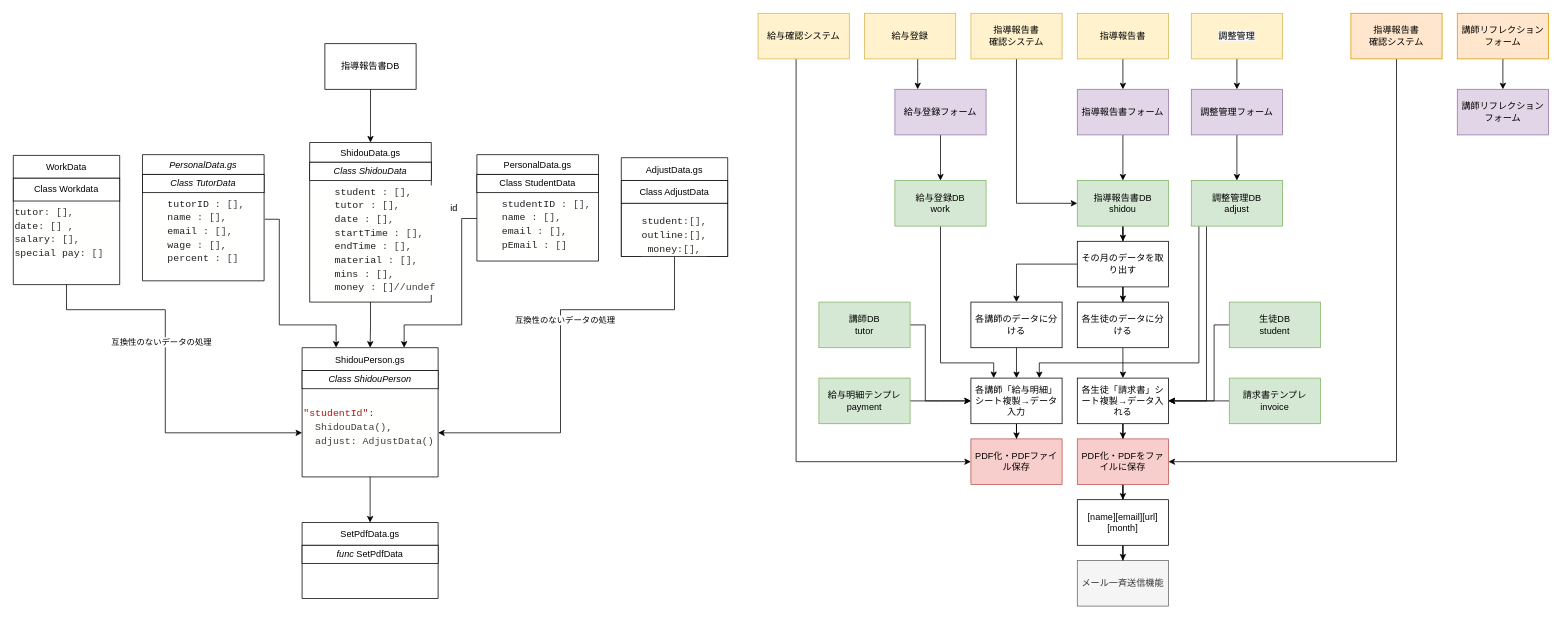
Earlier version of the draw.io diagram System Diagram.drawio (ShutaShibue/viasta). Source tidied: cells renumbered, new cells numbered last; positions are measured from the earlier drawing's top-left corner, leaving out a move shared by most shapes. Both pictures are drawn from the tidied source at 76%, with x=0, y=0 at pixel (13, 13).
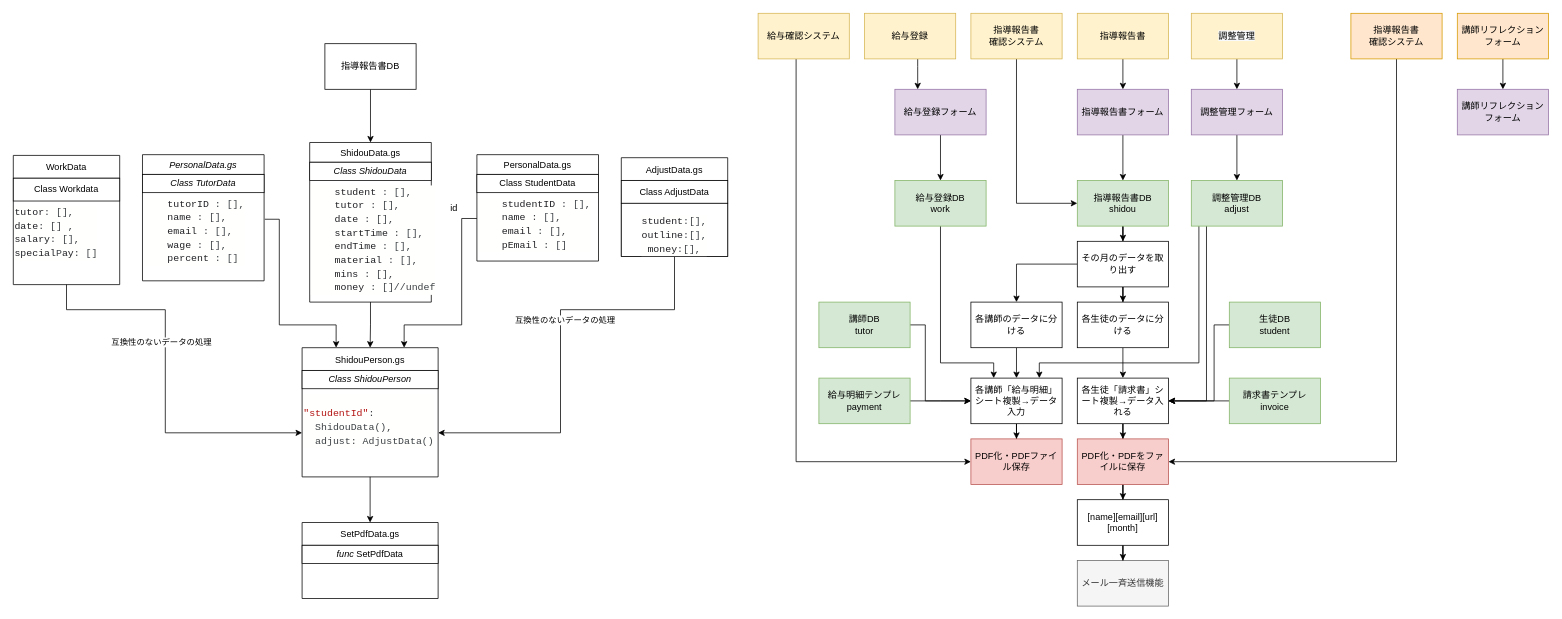
Above is the later version.

Unchanged cells that the change refers to:
```xml
<mxCell id="18" value="WorkData" style="swimlane;fontStyle=0;horizontal=1;startSize=30;" parent="1" vertex="1">
  <mxGeometry y="187" width="140" height="170" as="geometry" />
</mxCell>
```

The edit, as a diff of the source:
```diff
@@
-    <mxCell id="20" value="&lt;div style=&quot;color: rgb(60 , 64 , 67) ; background-color: rgb(255 , 255 , 254) ; font-family: &amp;#34;roboto mono&amp;#34; , &amp;#34;consolas&amp;#34; , &amp;#34;courier new&amp;#34; , monospace ; font-weight: 400 ; font-size: 13px ; line-height: 18px&quot;&gt;&lt;div&gt;&lt;span style=&quot;color: rgb(32 , 33 , 36)&quot;&gt;tutor&lt;/span&gt;:&amp;nbsp;[],&lt;br&gt;&lt;/div&gt;&lt;div&gt;&lt;span style=&quot;color: #202124&quot;&gt;date&lt;/span&gt;&lt;span style=&quot;color: #3c4043&quot;&gt;:&amp;nbsp;[]&amp;nbsp;,&lt;/span&gt;&lt;/div&gt;&lt;div&gt;&lt;span style=&quot;color: #202124&quot;&gt;salary&lt;/span&gt;&lt;span style=&quot;color: #3c4043&quot;&gt;:&amp;nbsp;[],&lt;/span&gt;&lt;/div&gt;&lt;div&gt;&lt;span style=&quot;color: #202124&quot;&gt;special&lt;/span&gt;&lt;span style=&quot;color: #3c4043&quot;&gt;&amp;nbsp;&lt;/span&gt;&lt;span style=&quot;color: #202124&quot;&gt;pay&lt;/span&gt;&lt;span style=&quot;color: #3c4043&quot;&gt;:&amp;nbsp;[]&lt;/span&gt;&lt;/div&gt;&lt;/div&gt;" style="text;whiteSpace=wrap;html=1;" parent="18" vertex="1">
+    <mxCell id="20" value="&lt;div style=&quot;background-color: rgb(255 , 255 , 254) ; font-family: &amp;#34;roboto mono&amp;#34; , &amp;#34;consolas&amp;#34; , &amp;#34;courier new&amp;#34; , monospace ; font-weight: 400 ; font-size: 13px ; line-height: 18px&quot;&gt;&lt;div style=&quot;color: rgb(60 , 64 , 67)&quot;&gt;&lt;span style=&quot;color: rgb(32 , 33 , 36)&quot;&gt;tutor&lt;/span&gt;:&amp;nbsp;[],&lt;br&gt;&lt;/div&gt;&lt;div style=&quot;color: rgb(60 , 64 , 67)&quot;&gt;&lt;span style=&quot;color: #202124&quot;&gt;date&lt;/span&gt;&lt;span style=&quot;color: #3c4043&quot;&gt;:&amp;nbsp;[]&amp;nbsp;,&lt;/span&gt;&lt;/div&gt;&lt;div style=&quot;color: rgb(60 , 64 , 67)&quot;&gt;&lt;span style=&quot;color: #202124&quot;&gt;salary&lt;/span&gt;&lt;span style=&quot;color: #3c4043&quot;&gt;:&amp;nbsp;[],&lt;/span&gt;&lt;/div&gt;&lt;div&gt;&lt;span style=&quot;color: rgb(32 , 33 , 36)&quot;&gt;special&lt;/span&gt;&lt;font color=&quot;#3c4043&quot;&gt;P&lt;/font&gt;&lt;span style=&quot;color: rgb(32 , 33 , 36)&quot;&gt;ay&lt;/span&gt;&lt;span style=&quot;color: rgb(60 , 64 , 67)&quot;&gt;:&amp;nbsp;[]&lt;/span&gt;&lt;/div&gt;&lt;/div&gt;" style="text;whiteSpace=wrap;html=1;" parent="18" vertex="1">
       <mxGeometry y="60" width="140" height="110" as="geometry" />
     </mxCell>
```
